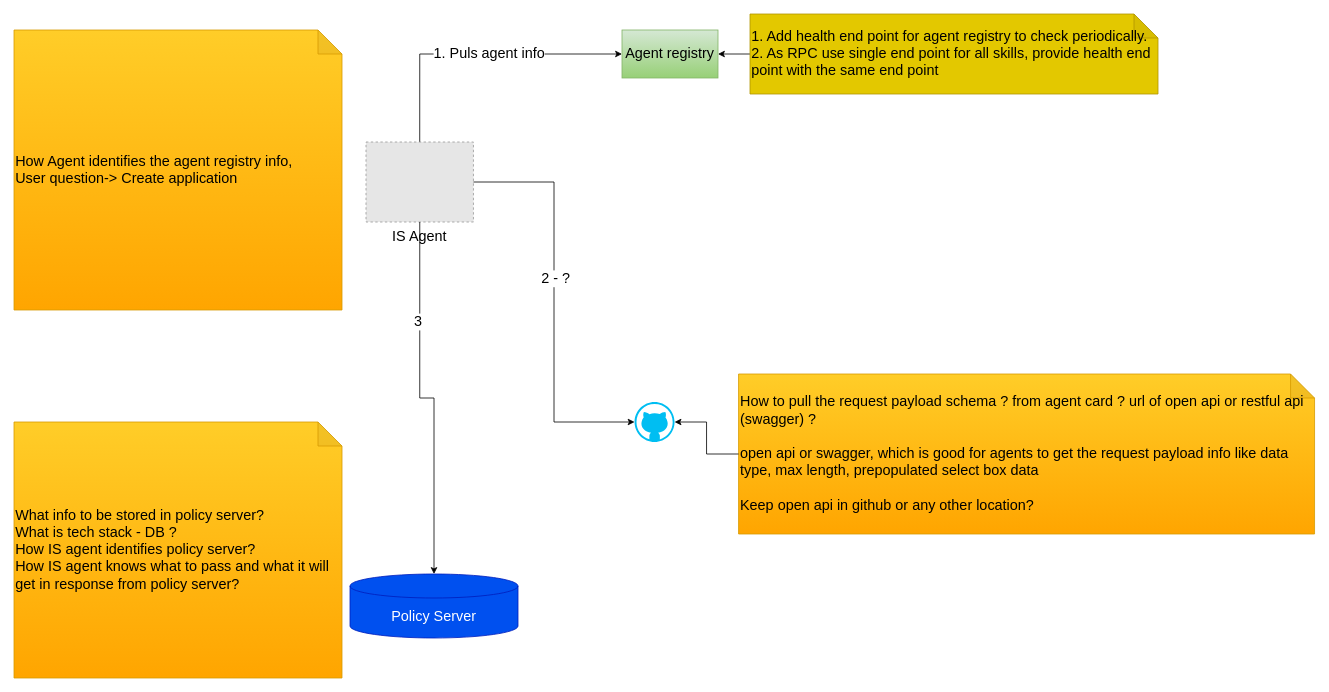
This is page "Agentic Arch" (1 of 2) of Untitled Diagram.drawio from landerpaz/AI, a draw.io file, before an edit. Source tidied: cells renumbered, new cells numbered last; positions are measured from the earlier drawing's top-left corner, leaving out a move shared by most shapes. Both pictures are drawn from the tidied source at 80%, with x=0, y=0 at pixel (14, 14). Pictures stored in the file or linked from it are replaced by grey dashed boxes.
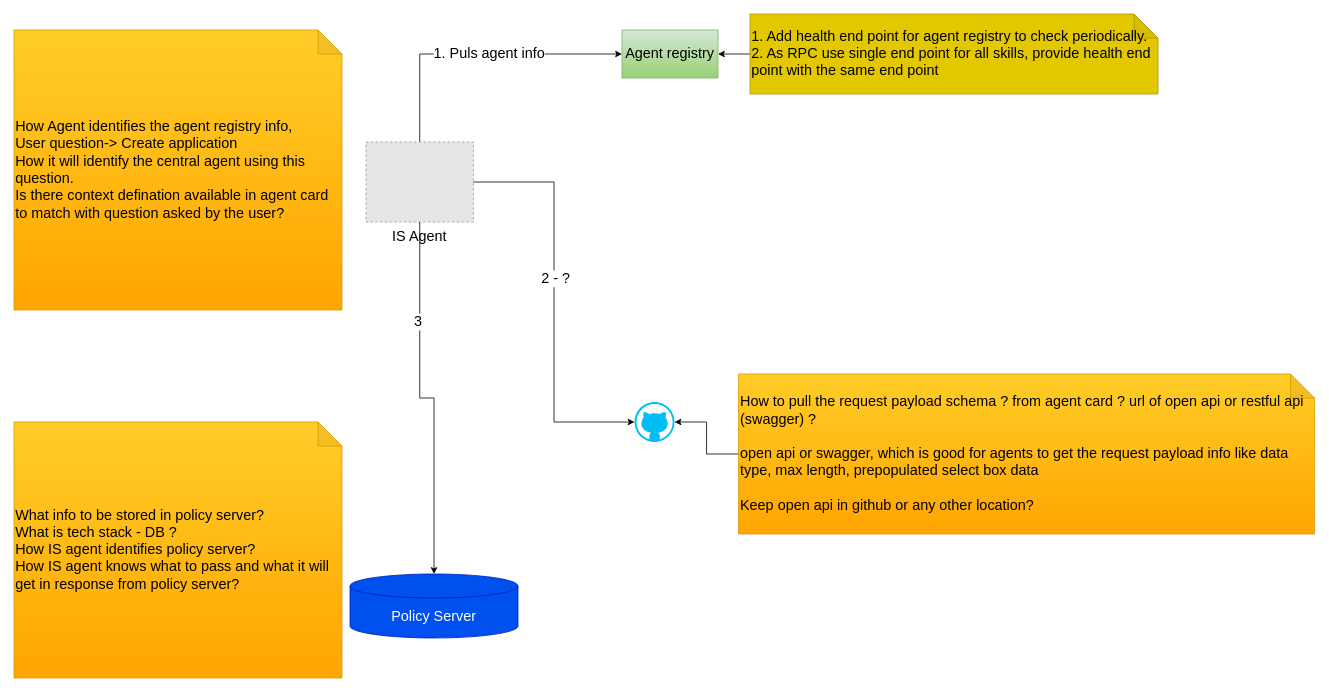
The same page after the edit.

Change to the diagram source:
```diff
@@
 <mxGraphModel background="#ffffff">
   <root>
     <mxCell id="0" />
     <mxCell id="1" parent="0" />
     <mxCell id="2" style="edgeStyle=orthogonalEdgeStyle;rounded=0;jettySize=auto;html=1;exitX=0.5;exitY=0;exitDx=0;exitDy=0;entryX=0;entryY=0.5;entryDx=0;entryDy=0;fontSize=18;" parent="1" edge="1" source="4" target="5">
       <mxGeometry relative="1" as="geometry" />
     </mxCell>
     <mxCell id="3" value="1. Puls agent info" style="edgeLabel;html=1;align=center;verticalAlign=middle;fontSize=18;" parent="2" vertex="1">
       <mxGeometry x="0.08" y="2" relative="1" as="geometry" />
     </mxCell>
     <mxCell id="4" value="IS Agent" style="fillColor=#E6E6E6;strokeColor=#999999;dashed=1;verticalLabelPosition=bottom;labelBackgroundColor=default;verticalAlign=top;fontSize=18;" parent="1" vertex="1">
       <mxGeometry x="440" y="160" width="134.3" height="100" as="geometry" />
     </mxCell>
     <mxCell id="5" value="Agent registry" style="whiteSpace=wrap;html=1;fontSize=18;fillColor=#d5e8d4;strokeColor=#82b366;gradientColor=#97d077;" parent="1" vertex="1">
       <mxGeometry x="760" y="20" width="120" height="60" as="geometry" />
     </mxCell>
     <mxCell id="6" value="How to pull the request payload schema ? from agent card ? url of open api or restful api (swagger) ?&lt;div&gt;&lt;br&gt;&lt;/div&gt;&lt;div&gt;open api or swagger, which is good for agents to get the request payload info like data type, max length, prepopulated select box data&lt;/div&gt;&lt;div&gt;&lt;br&gt;&lt;/div&gt;&lt;div&gt;Keep open api in github or any other location?&lt;/div&gt;" style="shape=note;whiteSpace=wrap;html=1;backgroundOutline=1;darkOpacity=0.05;fontSize=18;fillColor=#ffcd28;strokeColor=#d79b00;align=left;gradientColor=#ffa500;" parent="1" vertex="1">
       <mxGeometry x="905.7" y="450" width="720" height="200" as="geometry" />
     </mxCell>
     <mxCell id="7" style="edgeStyle=orthogonalEdgeStyle;rounded=0;jettySize=auto;html=1;entryX=0;entryY=0.5;entryDx=0;entryDy=0;entryPerimeter=0;fontSize=18;" parent="1" edge="1" source="4" target="11">
       <mxGeometry relative="1" as="geometry" />
     </mxCell>
     <mxCell id="8" value="2 - ?" style="edgeLabel;html=1;align=center;verticalAlign=middle;fontSize=18;" parent="7" vertex="1">
       <mxGeometry x="-0.12" y="1" relative="1" as="geometry" />
     </mxCell>
     <mxCell id="9" style="edgeStyle=orthogonalEdgeStyle;rounded=0;jettySize=auto;html=1;exitX=0;exitY=0.5;exitDx=0;exitDy=0;exitPerimeter=0;entryX=1;entryY=0.5;entryDx=0;entryDy=0;fontSize=18;" parent="1" edge="1" source="10" target="5">
       <mxGeometry relative="1" as="geometry" />
     </mxCell>
     <mxCell id="10" value="1. Add health end point for agent registry to check periodically.&lt;div&gt;2. As RPC use single end point for all skills, provide health end point with the same end point&lt;/div&gt;" style="shape=note;whiteSpace=wrap;html=1;backgroundOutline=1;darkOpacity=0.05;fontSize=18;fillColor=#e3c800;strokeColor=#B09500;align=left;fontColor=#000000;" parent="1" vertex="1">
       <mxGeometry x="920" width="510" height="100" as="geometry" />
     </mxCell>
     <mxCell id="11" style="verticalLabelPosition=bottom;html=1;verticalAlign=top;align=center;strokeColor=none;fillColor=#00BEF2;shape=mxgraph.azure.github_code;fontSize=18;" parent="1" vertex="1">
       <mxGeometry x="775.7" y="485" width="50" height="50" as="geometry" />
     </mxCell>
     <mxCell id="12" style="edgeStyle=orthogonalEdgeStyle;rounded=0;jettySize=auto;html=1;exitX=0;exitY=0.5;exitDx=0;exitDy=0;exitPerimeter=0;entryX=1;entryY=0.5;entryDx=0;entryDy=0;entryPerimeter=0;fontSize=18;" parent="1" edge="1" source="6" target="11">
       <mxGeometry relative="1" as="geometry" />
     </mxCell>
-    <mxCell id="13" value="How Agent identifies the agent registry info,&amp;nbsp;&lt;div&gt;User question-&amp;gt; Create application&lt;/div&gt;" style="shape=note;whiteSpace=wrap;html=1;backgroundOutline=1;darkOpacity=0.05;fillColor=#ffcd28;strokeColor=#d79b00;align=left;gradientColor=#ffa500;fontSize=18;" parent="1" vertex="1">
+    <mxCell id="13" value="How Agent identifies the agent registry info,&amp;nbsp;&lt;div&gt;User question-&amp;gt; Create application&lt;/div&gt;&lt;div&gt;How it will identify the central agent using this question.&lt;/div&gt;&lt;div&gt;Is there context defination available in agent card to match with question asked by the user?&lt;/div&gt;" style="shape=note;whiteSpace=wrap;html=1;backgroundOutline=1;darkOpacity=0.05;fillColor=#ffcd28;strokeColor=#d79b00;align=left;gradientColor=#ffa500;fontSize=18;" parent="1" vertex="1">
       <mxGeometry y="20" width="410" height="350" as="geometry" />
     </mxCell>
     <mxCell id="14" value="&lt;font&gt;Policy Server&lt;/font&gt;" style="shape=cylinder3;whiteSpace=wrap;html=1;boundedLbl=1;backgroundOutline=1;size=15;fillColor=#0050ef;fontColor=#ffffff;strokeColor=#001DBC;fontSize=18;" parent="1" vertex="1">
       <mxGeometry x="420" y="700" width="210" height="80" as="geometry" />
     </mxCell>
     <mxCell id="15" value="What info to be stored in policy server?&lt;div&gt;What is tech stack - DB ?&lt;/div&gt;&lt;div&gt;How IS agent identifies policy server?&lt;/div&gt;&lt;div&gt;How IS agent knows what to pass and what it will get in response from policy server?&lt;/div&gt;" style="shape=note;whiteSpace=wrap;html=1;backgroundOutline=1;darkOpacity=0.05;align=left;fillColor=#ffcd28;gradientColor=#ffa500;strokeColor=#d79b00;fontSize=18;" parent="1" vertex="1">
       <mxGeometry y="510" width="410" height="320" as="geometry" />
     </mxCell>
     <mxCell id="16" style="edgeStyle=orthogonalEdgeStyle;rounded=0;jettySize=auto;html=1;entryX=0.5;entryY=0;entryDx=0;entryDy=0;entryPerimeter=0;fontSize=18;" parent="1" edge="1" source="4" target="14">
       <mxGeometry relative="1" as="geometry" />
     </mxCell>
     <mxCell id="17" value="&lt;font&gt;3&lt;/font&gt;" style="edgeLabel;html=1;align=center;verticalAlign=middle;fontSize=18;" parent="16" vertex="1">
       <mxGeometry x="-0.46" y="-3" relative="1" as="geometry" />
     </mxCell>
   </root>
 </mxGraphModel>
```
